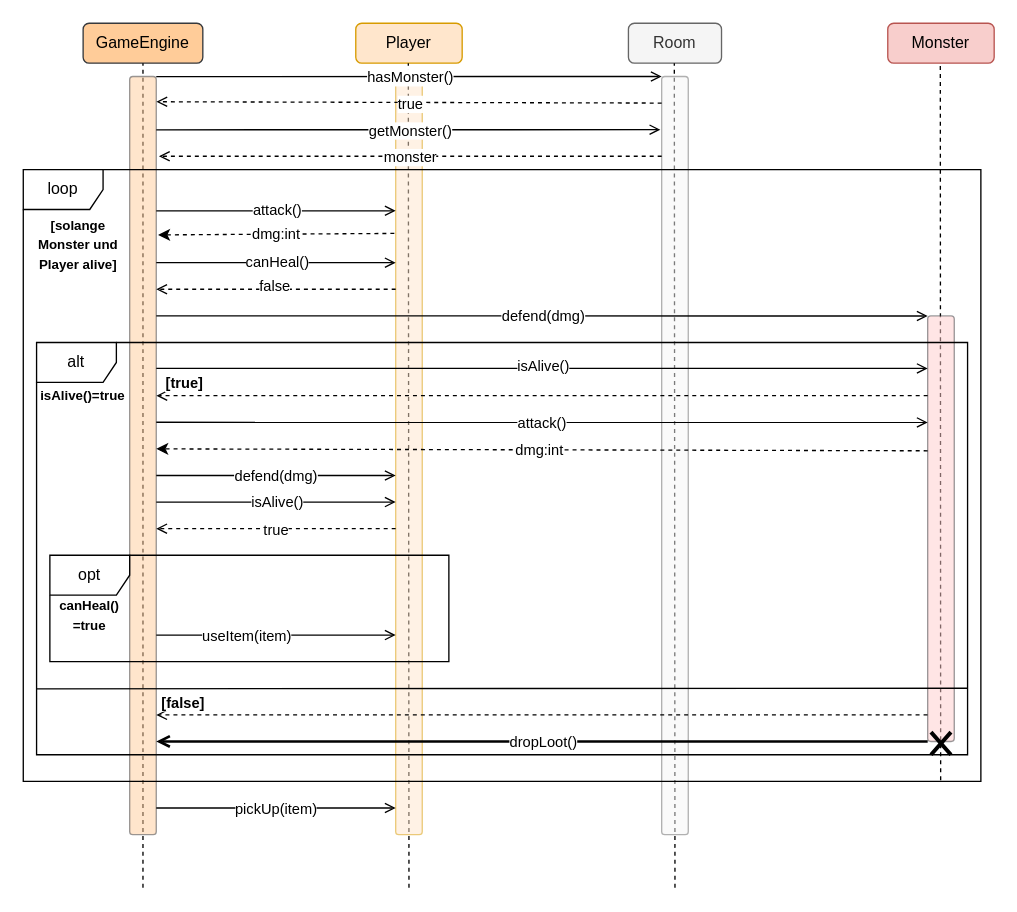
The draw.io diagram Diagrams/DungeonAdventure_KampfSequenzdiagramm copy.drawio in V1perZerofy/uml_project, before the edit. Source tidied: cells renumbered, new cells numbered last; positions are measured from the earlier drawing's top-left corner, leaving out a move shared by most shapes. Both pictures are drawn from the tidied source at 133%, with x=0, y=0 at pixel (23, 23).
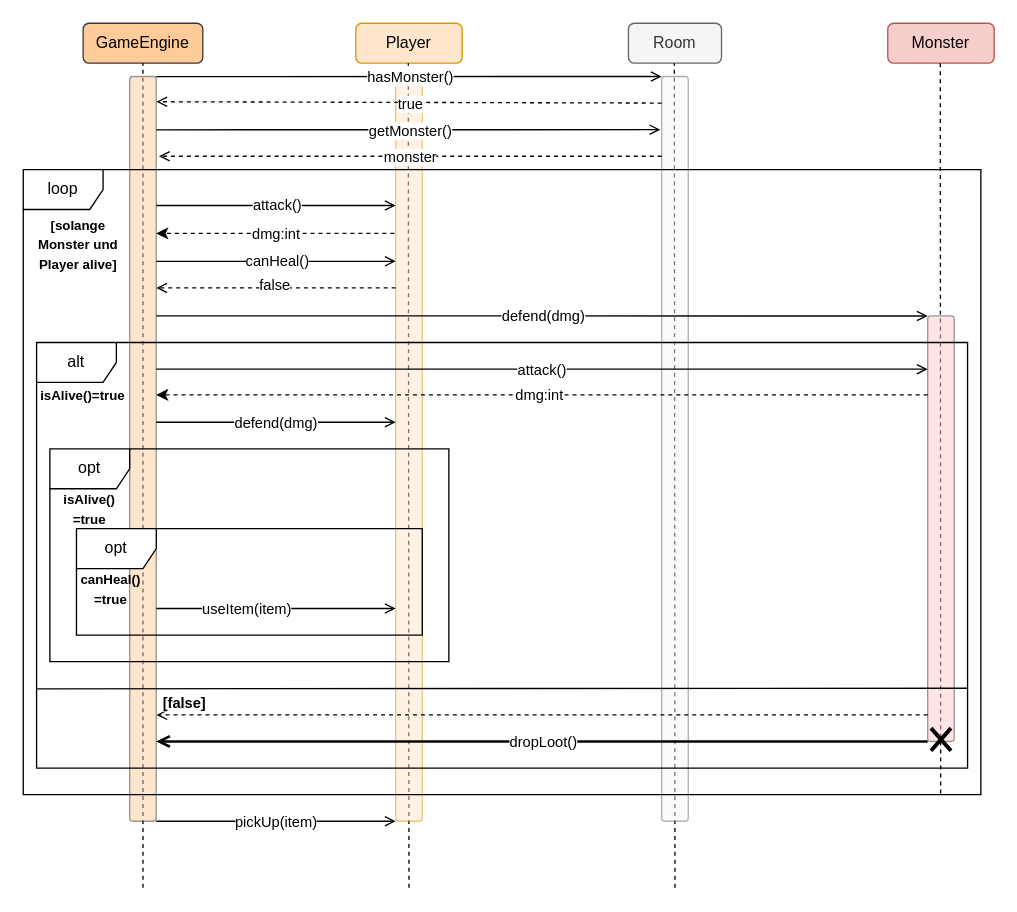
After the change.

Commit message:
re-factoring of the Sequence Diagram

The change refers to these unchanged cells:
```xml
<mxCell id="15" style="rounded=1;whiteSpace=wrap;html=1;arcSize=12;fillColor=#ffcccc;opacity=50;strokeColor=#36393d;" parent="1" vertex="1">
  <mxGeometry x="680" y="220" width="20" height="320" as="geometry" />
</mxCell>
```

Change to the diagram source:
```diff
@@
     <mxCell id="10" style="rounded=1;whiteSpace=wrap;html=1;arcSize=12;fillColor=#ffcc99;opacity=50;strokeColor=#36393d;" parent="1" vertex="1">
-      <mxGeometry x="80" y="40" width="20" height="570" as="geometry" />
+      <mxGeometry x="80" y="40" width="20" height="560" as="geometry" />
     </mxCell>
-    <mxCell id="11" style="edgeStyle=none;html=1;dashed=1;entryX=1.069;entryY=0.209;entryDx=0;entryDy=0;entryPerimeter=0;" parent="1" edge="1" target="10">
+    <mxCell id="11" style="edgeStyle=none;html=1;dashed=1;" parent="1" edge="1">
       <mxGeometry relative="1" as="geometry">
         <mxPoint x="279" y="158" as="sourcePoint" />
+        <mxPoint x="100" y="158" as="targetPoint" />
       </mxGeometry>
     </mxCell>
@@
     <mxCell id="13" style="rounded=1;whiteSpace=wrap;html=1;arcSize=12;fillColor=#ffe6cc;opacity=50;strokeColor=#d79b00;" parent="1" vertex="1">
-      <mxGeometry x="280" y="40" width="20" height="570" as="geometry" />
+      <mxGeometry x="280" y="40" width="20" height="560" as="geometry" />
     </mxCell>
     <mxCell id="14" style="rounded=1;whiteSpace=wrap;html=1;arcSize=12;fillColor=#f5f5f5;opacity=50;fontColor=#333333;strokeColor=#666666;" parent="1" vertex="1">
-      <mxGeometry x="480" y="40" width="20" height="570" as="geometry" />
+      <mxGeometry x="480" y="40" width="20" height="560" as="geometry" />
     </mxCell>
@@
     <mxCell id="20" style="endArrow=open;html=1;rounded=0;exitX=1.004;exitY=0.055;exitDx=0;exitDy=0;exitPerimeter=0;endFill=0;" parent="1" edge="1">
       <mxGeometry relative="1" as="geometry">
-        <mxPoint x="100" y="141" as="sourcePoint" />
-        <mxPoint x="280" y="141" as="targetPoint" />
+        <mxPoint x="100" y="137" as="sourcePoint" />
+        <mxPoint x="280" y="137" as="targetPoint" />
       </mxGeometry>
     </mxCell>
@@
-    <mxCell id="24" style="endArrow=open;html=1;rounded=0;entryX=1.141;entryY=0.11;entryDx=0;entryDy=0;entryPerimeter=0;endFill=0;dashed=1;exitX=0.953;exitY=0.381;exitDx=0;exitDy=0;exitPerimeter=0;" parent="1" edge="1">
-      <mxGeometry relative="1" as="geometry">
-        <mxPoint x="680" y="280" as="sourcePoint" />
-        <mxPoint x="100.1" y="280" as="targetPoint" />
-      </mxGeometry>
-    </mxCell>
-    <mxCell id="25" value="&lt;b&gt;[true]&lt;/b&gt;" style="edgeLabel;html=1;align=center;verticalAlign=middle;" parent="24" vertex="1">
-      <mxGeometry x="0.96" relative="1" as="geometry">
-        <mxPoint x="8" y="-10" as="offset" />
-      </mxGeometry>
-    </mxCell>
-    <mxCell id="26" style="endArrow=open;html=1;rounded=0;exitX=1.004;exitY=0.055;exitDx=0;exitDy=0;exitPerimeter=0;entryX=0.953;entryY=0.286;entryDx=0;entryDy=0;endFill=0;entryPerimeter=0;" parent="1" edge="1">
-      <mxGeometry relative="1" as="geometry">
-        <mxPoint x="100" y="259.5" as="sourcePoint" />
-        <mxPoint x="680" y="259.5" as="targetPoint" />
-      </mxGeometry>
-    </mxCell>
-    <mxCell id="27" value="isAlive()" style="edgeLabel;html=1;align=center;verticalAlign=middle;" parent="26" vertex="1">
-      <mxGeometry x="-0.18" y="2" relative="1" as="geometry">
-        <mxPoint x="52" as="offset" />
-      </mxGeometry>
-    </mxCell>
-    <mxCell id="28" style="endArrow=none;html=1;rounded=0;exitX=1.004;exitY=0.055;exitDx=0;exitDy=0;exitPerimeter=0;endFill=0;startArrow=open;startFill=0;strokeWidth=2;" parent="1" edge="1">
+    <mxCell id="28" style="endArrow=none;html=1;rounded=0;endFill=0;startArrow=open;startFill=0;strokeWidth=2;" parent="1" edge="1">
       <mxGeometry relative="1" as="geometry">
         <mxPoint x="100" y="540" as="sourcePoint" />
         <mxPoint x="680" y="540" as="targetPoint" />
       </mxGeometry>
     </mxCell>
@@
     <mxCell id="30" style="shape=umlDestroy;whiteSpace=wrap;html=1;strokeWidth=3;targetShapes=umlLifeline;" parent="1" vertex="1">
-      <mxGeometry x="682.5" y="533" width="15" height="17" as="geometry" />
+      <mxGeometry x="682.5" y="530" width="15" height="17" as="geometry" />
     </mxCell>
@@
     <mxCell id="32" style="endArrow=open;html=1;rounded=0;exitX=1.004;exitY=0.055;exitDx=0;exitDy=0;exitPerimeter=0;endFill=0;" parent="1" edge="1">
       <mxGeometry relative="1" as="geometry">
-        <mxPoint x="100" y="590" as="sourcePoint" />
-        <mxPoint x="280" y="590" as="targetPoint" />
+        <mxPoint x="100" y="600" as="sourcePoint" />
+        <mxPoint x="280" y="600" as="targetPoint" />
       </mxGeometry>
     </mxCell>
@@
     <mxCell id="36" style="endArrow=open;html=1;rounded=0;exitX=1.004;exitY=0.055;exitDx=0;exitDy=0;exitPerimeter=0;endFill=0;" parent="1" edge="1">
       <mxGeometry relative="1" as="geometry">
-        <mxPoint x="100" y="180" as="sourcePoint" />
-        <mxPoint x="280" y="180" as="targetPoint" />
+        <mxPoint x="100" y="179" as="sourcePoint" />
+        <mxPoint x="280" y="179" as="targetPoint" />
       </mxGeometry>
     </mxCell>
@@
     <mxCell id="38" style="endArrow=open;html=1;rounded=0;entryX=0.989;entryY=0.218;entryDx=0;entryDy=0;entryPerimeter=0;endFill=0;dashed=1;" parent="1" edge="1">
       <mxGeometry relative="1" as="geometry">
-        <mxPoint x="280" y="200" as="sourcePoint" />
-        <mxPoint x="100" y="200" as="targetPoint" />
+        <mxPoint x="280" y="199" as="sourcePoint" />
+        <mxPoint x="100" y="199" as="targetPoint" />
       </mxGeometry>
     </mxCell>
@@
     <mxCell id="42" value="alt" style="shape=umlFrame;whiteSpace=wrap;html=1;" parent="1" vertex="1">
-      <mxGeometry x="10" y="240" width="700" height="310" as="geometry" />
+      <mxGeometry x="10" y="240" width="700" height="320" as="geometry" />
     </mxCell>
     <mxCell id="43" value="loop" style="shape=umlFrame;whiteSpace=wrap;html=1;" parent="1" vertex="1">
-      <mxGeometry y="110" width="720" height="460" as="geometry" />
+      <mxGeometry y="110" width="720" height="470" as="geometry" />
     </mxCell>
     <mxCell id="44" style="endArrow=open;html=1;rounded=0;entryX=1.141;entryY=0.11;entryDx=0;entryDy=0;entryPerimeter=0;endFill=0;dashed=1;exitX=0.953;exitY=0.381;exitDx=0;exitDy=0;exitPerimeter=0;" parent="1" edge="1">
       <mxGeometry relative="1" as="geometry">
-        <mxPoint x="679.9" y="520" as="sourcePoint" />
-        <mxPoint x="100" y="520" as="targetPoint" />
+        <mxPoint x="680" y="520" as="sourcePoint" />
+        <mxPoint x="100.1" y="520" as="targetPoint" />
       </mxGeometry>
     </mxCell>
@@
-    <mxCell id="48" style="group;" parent="1" vertex="1">
-      <mxGeometry x="20" y="400" width="300" height="80" as="geometry" />
-    </mxCell>
-    <mxCell id="49" style="endArrow=open;html=1;rounded=0;exitX=1.004;exitY=0.055;exitDx=0;exitDy=0;exitPerimeter=0;endFill=0;" parent="48" edge="1">
-      <mxGeometry relative="1" as="geometry">
-        <mxPoint x="80" y="60" as="sourcePoint" />
-        <mxPoint x="260" y="60" as="targetPoint" />
-      </mxGeometry>
-    </mxCell>
-    <mxCell id="50" value="useItem(item)" style="edgeLabel;html=1;align=center;verticalAlign=middle;" parent="49" vertex="1">
-      <mxGeometry x="-0.26" relative="1" as="geometry" />
-    </mxCell>
-    <mxCell id="51" value="opt" style="shape=umlFrame;whiteSpace=wrap;html=1;" parent="48" vertex="1">
-      <mxGeometry width="300" height="80" as="geometry" />
-    </mxCell>
-    <mxCell id="52" value="&lt;b&gt;&lt;font style=&quot;font-size: 10px;&quot;&gt;canHeal()&lt;/font&gt;&lt;/b&gt;&lt;div&gt;&lt;b&gt;&lt;font style=&quot;font-size: 10px;&quot;&gt;=true&lt;/font&gt;&lt;/b&gt;&lt;/div&gt;" style="text;html=1;align=center;verticalAlign=middle;whiteSpace=wrap;rounded=0;" parent="48" vertex="1">
-      <mxGeometry y="30" width="60" height="30" as="geometry" />
-    </mxCell>
     <mxCell id="53" style="endArrow=open;html=1;rounded=0;exitX=1.004;exitY=0.055;exitDx=0;exitDy=0;exitPerimeter=0;endFill=0;" parent="1" edge="1">
       <mxGeometry relative="1" as="geometry">
-        <mxPoint x="100" y="300" as="sourcePoint" />
-        <mxPoint x="680" y="300.1" as="targetPoint" />
+        <mxPoint x="100" y="260" as="sourcePoint" />
+        <mxPoint x="680" y="260.1" as="targetPoint" />
       </mxGeometry>
     </mxCell>
@@
-    <mxCell id="55" style="edgeStyle=none;html=1;exitX=0;exitY=0.317;exitDx=0;exitDy=0;entryX=1;entryY=0.25;entryDx=0;entryDy=0;dashed=1;exitPerimeter=0;" parent="1" edge="1" source="15">
+    <mxCell id="55" style="edgeStyle=none;html=1;entryX=1;entryY=0.25;entryDx=0;entryDy=0;dashed=1;" parent="1" edge="1">
       <mxGeometry relative="1" as="geometry">
-        <mxPoint x="100" y="320" as="targetPoint" />
+        <mxPoint x="680" y="279.4" as="sourcePoint" />
+        <mxPoint x="100" y="279.4" as="targetPoint" />
       </mxGeometry>
     </mxCell>
@@
     <mxCell id="57" style="endArrow=open;html=1;rounded=0;exitX=1.004;exitY=0.055;exitDx=0;exitDy=0;exitPerimeter=0;endFill=0;" parent="1" edge="1">
       <mxGeometry relative="1" as="geometry">
-        <mxPoint x="100" y="340" as="sourcePoint" />
-        <mxPoint x="280" y="340" as="targetPoint" />
+        <mxPoint x="100" y="300" as="sourcePoint" />
+        <mxPoint x="280" y="300" as="targetPoint" />
       </mxGeometry>
     </mxCell>
@@
-    <mxCell id="59" style="endArrow=open;html=1;rounded=0;exitX=1.004;exitY=0.055;exitDx=0;exitDy=0;exitPerimeter=0;endFill=0;" parent="1" edge="1">
-      <mxGeometry relative="1" as="geometry">
-        <mxPoint x="100" y="360" as="sourcePoint" />
-        <mxPoint x="280" y="360" as="targetPoint" />
-      </mxGeometry>
-    </mxCell>
-    <mxCell id="60" value="isAlive()" style="edgeLabel;html=1;align=center;verticalAlign=middle;" parent="59" vertex="1">
-      <mxGeometry x="-0.28" y="1" relative="1" as="geometry">
-        <mxPoint x="25" as="offset" />
-      </mxGeometry>
-    </mxCell>
-    <mxCell id="61" style="endArrow=open;html=1;rounded=0;entryX=0.989;entryY=0.218;entryDx=0;entryDy=0;entryPerimeter=0;endFill=0;dashed=1;" parent="1" edge="1">
-      <mxGeometry relative="1" as="geometry">
-        <mxPoint x="280" y="380" as="sourcePoint" />
-        <mxPoint x="100" y="380" as="targetPoint" />
-      </mxGeometry>
-    </mxCell>
-    <mxCell id="62" value="true" style="edgeLabel;html=1;align=center;verticalAlign=middle;" parent="61" vertex="1">
-      <mxGeometry x="0.01" relative="1" as="geometry" />
-    </mxCell>
+    <mxCell id="63" style="group;" parent="1" vertex="1">
+      <mxGeometry x="20" y="320" width="310" height="160" as="geometry" />
+    </mxCell>
+    <mxCell id="64" value="opt" style="shape=umlFrame;whiteSpace=wrap;html=1;" parent="63" vertex="1">
+      <mxGeometry width="300" height="160" as="geometry" />
+    </mxCell>
+    <mxCell id="65" value="&lt;span style=&quot;font-size: 10px;&quot;&gt;&lt;b&gt;isAlive()&lt;/b&gt;&lt;/span&gt;&lt;div&gt;&lt;span style=&quot;font-size: 10px;&quot;&gt;&lt;b&gt;=true&lt;/b&gt;&lt;/span&gt;&lt;/div&gt;" style="text;html=1;align=center;verticalAlign=middle;whiteSpace=wrap;rounded=0;" parent="63" vertex="1">
+      <mxGeometry y="30" width="60" height="30" as="geometry" />
+    </mxCell>
+    <mxCell id="48" style="group;" parent="63" vertex="1">
+      <mxGeometry x="20" y="60" width="260" height="80" as="geometry" />
+    </mxCell>
+    <mxCell id="49" style="endArrow=open;html=1;rounded=0;endFill=0;" parent="48" edge="1">
+      <mxGeometry relative="1" as="geometry">
+        <mxPoint x="60" y="60" as="sourcePoint" />
+        <mxPoint x="240" y="60" as="targetPoint" />
+      </mxGeometry>
+    </mxCell>
+    <mxCell id="50" value="useItem(item)" style="edgeLabel;html=1;align=center;verticalAlign=middle;" parent="49" vertex="1">
+      <mxGeometry x="-0.26" relative="1" as="geometry" />
+    </mxCell>
+    <mxCell id="51" value="opt" style="shape=umlFrame;whiteSpace=wrap;html=1;" parent="48" vertex="1">
+      <mxGeometry width="260" height="80" as="geometry" />
+    </mxCell>
+    <mxCell id="52" value="&lt;b&gt;&lt;font style=&quot;font-size: 10px;&quot;&gt;canHeal()&lt;/font&gt;&lt;/b&gt;&lt;div&gt;&lt;b&gt;&lt;font style=&quot;font-size: 10px;&quot;&gt;=true&lt;/font&gt;&lt;/b&gt;&lt;/div&gt;" style="text;html=1;align=center;verticalAlign=middle;whiteSpace=wrap;rounded=0;" parent="48" vertex="1">
+      <mxGeometry y="30" width="52" height="30" as="geometry" />
+    </mxCell>
```
